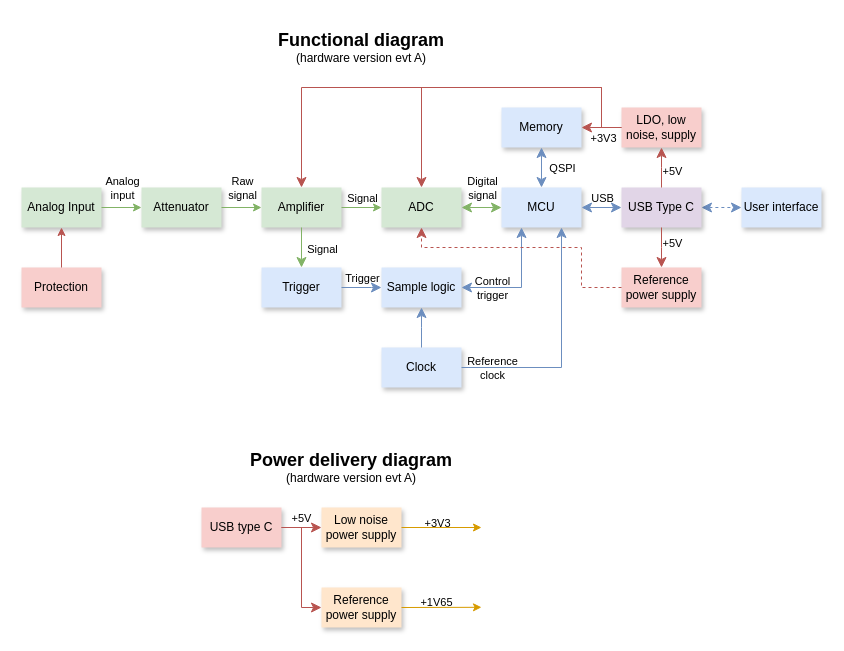
Earlier version of the draw.io diagram Scope_evtA/scope.drawio (IvanChemezov/Oscilloscope). Source tidied: cells renumbered, new cells numbered last; positions are measured from the earlier drawing's top-left corner, leaving out a move shared by most shapes. Both pictures are drawn from the tidied source at 100%, with x=0, y=0 at pixel (21, 17).
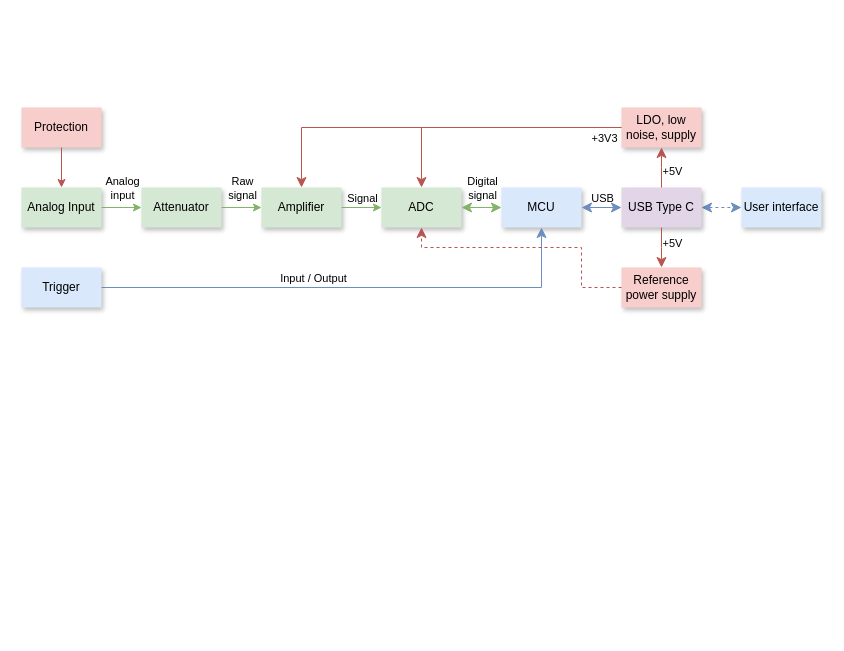
After the change.

The change refers to these unchanged cells:
```xml
<mxCell id="2" value="Amplifier" style="rounded=0;whiteSpace=wrap;html=1;fillColor=#d5e8d4;strokeColor=none;shadow=1;" parent="1" vertex="1">
  <mxGeometry x="240" y="170" width="80" height="40" as="geometry" />
</mxCell>
<mxCell id="3" value="ADC" style="rounded=0;whiteSpace=wrap;html=1;fillColor=#d5e8d4;strokeColor=none;shadow=1;" parent="1" vertex="1">
  <mxGeometry x="360" y="170" width="80" height="40" as="geometry" />
</mxCell>
<mxCell id="5" value="MCU" style="rounded=0;whiteSpace=wrap;html=1;fillColor=#dae8fc;strokeColor=none;shadow=1;" parent="1" vertex="1">
  <mxGeometry x="480" y="170" width="80" height="40" as="geometry" />
</mxCell>
<mxCell id="14" value="Analog Input" style="rounded=0;whiteSpace=wrap;html=1;fillColor=#d5e8d4;strokeColor=none;shadow=1;" parent="1" vertex="1">
  <mxGeometry y="170" width="80" height="40" as="geometry" />
</mxCell>
<mxCell id="48" value="LDO, low noise, supply" style="rounded=0;whiteSpace=wrap;html=1;fillColor=#f8cecc;strokeColor=none;shadow=1;" parent="1" vertex="1">
  <mxGeometry x="600" y="90" width="80" height="40" as="geometry" />
</mxCell>
```

What changed in the source:
```diff
@@
-    <mxCell id="4" value="Memory" style="rounded=0;whiteSpace=wrap;html=1;fillColor=#dae8fc;strokeColor=none;shadow=1;" parent="1" vertex="1">
-      <mxGeometry x="480" y="90" width="80" height="40" as="geometry" />
-    </mxCell>
@@
     <mxCell id="6" value="Trigger" style="rounded=0;whiteSpace=wrap;html=1;fillColor=#dae8fc;strokeColor=none;shadow=1;" parent="1" vertex="1">
-      <mxGeometry x="240" y="250" width="80" height="40" as="geometry" />
+      <mxGeometry y="250" width="80" height="40" as="geometry" />
     </mxCell>
-    <mxCell id="7" value="Clock" style="rounded=0;whiteSpace=wrap;html=1;fillColor=#dae8fc;strokeColor=none;shadow=1;" parent="1" vertex="1">
-      <mxGeometry x="360" y="330" width="80" height="40" as="geometry" />
-    </mxCell>
-    <mxCell id="8" value="Sample logic" style="rounded=0;whiteSpace=wrap;html=1;fillColor=#dae8fc;strokeColor=none;shadow=1;" parent="1" vertex="1">
-      <mxGeometry x="360" y="250" width="80" height="40" as="geometry" />
-    </mxCell>
     <mxCell id="9" value="Protection" style="rounded=0;whiteSpace=wrap;html=1;fillColor=#f8cecc;strokeColor=none;shadow=1;" parent="1" vertex="1">
-      <mxGeometry y="250" width="80" height="40" as="geometry" />
+      <mxGeometry y="90" width="80" height="40" as="geometry" />
     </mxCell>
@@
-    <mxCell id="11" value="&lt;font style=&quot;font-size: 18px;&quot;&gt;&lt;b&gt;Functional diagram&lt;/b&gt;&lt;/font&gt;&lt;br&gt;(hardware version evt A)" style="text;html=1;strokeColor=none;fillColor=none;align=center;verticalAlign=middle;whiteSpace=wrap;rounded=0;" parent="1" vertex="1">
-      <mxGeometry x="230" width="220" height="60" as="geometry" />
-    </mxCell>
@@
-    <mxCell id="13" value="Low noise power supply" style="rounded=0;whiteSpace=wrap;html=1;fillColor=#ffe6cc;strokeColor=none;shadow=1;" parent="1" vertex="1">
-      <mxGeometry x="300" y="490" width="80" height="40" as="geometry" />
-    </mxCell>
@@
-    <mxCell id="19" style="endArrow=classic;html=1;rounded=0;exitX=0.5;exitY=0;exitDx=0;exitDy=0;entryX=0.5;entryY=1;entryDx=0;entryDy=0;fillColor=#f8cecc;strokeColor=#b85450;" parent="1" edge="1" source="9" target="14">
+    <mxCell id="19" style="endArrow=classic;html=1;rounded=0;exitX=0.5;exitY=1;exitDx=0;exitDy=0;entryX=0.5;entryY=0;entryDx=0;entryDy=0;fillColor=#f8cecc;strokeColor=#b85450;" parent="1" edge="1" source="9" target="14">
       <mxGeometry relative="1" as="geometry" />
     </mxCell>
@@
-    <mxCell id="22" style="edgeStyle=segmentEdgeStyle;endArrow=classic;html=1;curved=0;rounded=0;endSize=8;startSize=8;exitX=0.5;exitY=1;exitDx=0;exitDy=0;entryX=0.5;entryY=0;entryDx=0;entryDy=0;fillColor=#d5e8d4;strokeColor=#82b366;" parent="1" edge="1" source="2" target="6">
-      <mxGeometry relative="1" as="geometry" />
-    </mxCell>
-    <mxCell id="23" value="Signal" style="edgeLabel;html=1;align=center;verticalAlign=middle;labelBackgroundColor=none;" parent="22" vertex="1">
-      <mxGeometry x="0.05" y="-1" relative="1" as="geometry">
-        <mxPoint x="21" as="offset" />
-      </mxGeometry>
-    </mxCell>
-    <mxCell id="24" style="edgeStyle=segmentEdgeStyle;endArrow=classic;html=1;curved=0;rounded=0;endSize=8;startSize=8;exitX=1;exitY=0.5;exitDx=0;exitDy=0;entryX=0;entryY=0.5;entryDx=0;entryDy=0;fillColor=#dae8fc;strokeColor=#6c8ebf;" parent="1" edge="1" source="6" target="8">
+    <mxCell id="24" style="edgeStyle=segmentEdgeStyle;endArrow=classic;html=1;curved=0;rounded=0;endSize=8;startSize=8;exitX=1;exitY=0.5;exitDx=0;exitDy=0;entryX=0.5;entryY=1;entryDx=0;entryDy=0;fillColor=#dae8fc;strokeColor=#6c8ebf;" parent="1" edge="1" source="6" target="5">
       <mxGeometry relative="1" as="geometry">
         <Array as="points">
-          <mxPoint x="350" y="270" />
-          <mxPoint x="350" y="270" />
+          <mxPoint x="520" y="270" />
         </Array>
       </mxGeometry>
     </mxCell>
-    <mxCell id="25" value="Trigger" style="edgeLabel;html=1;align=center;verticalAlign=middle;labelBackgroundColor=none;" parent="24" vertex="1">
+    <mxCell id="25" value="Input / Output" style="edgeLabel;html=1;align=center;verticalAlign=middle;labelBackgroundColor=none;" parent="24" vertex="1">
       <mxGeometry x="-0.17" y="1" relative="1" as="geometry">
         <mxPoint x="3" y="-9" as="offset" />
       </mxGeometry>
     </mxCell>
     <mxCell id="26" style="edgeStyle=segmentEdgeStyle;endArrow=classic;html=1;curved=0;rounded=0;endSize=8;startSize=8;exitX=0;exitY=0.5;exitDx=0;exitDy=0;entryX=0.5;entryY=0;entryDx=0;entryDy=0;fillColor=#f8cecc;strokeColor=#b85450;" parent="1" edge="1" source="48" target="3">
       <mxGeometry relative="1" as="geometry">
         <Array as="points">
-          <mxPoint x="580" y="110" />
-          <mxPoint x="580" y="70" />
-          <mxPoint x="400" y="70" />
+          <mxPoint x="400" y="110" />
         </Array>
       </mxGeometry>
     </mxCell>
-    <mxCell id="27" style="edgeStyle=segmentEdgeStyle;endArrow=classic;html=1;curved=0;rounded=0;endSize=8;startSize=8;exitX=0.5;exitY=0;exitDx=0;exitDy=0;entryX=0.5;entryY=1;entryDx=0;entryDy=0;fillColor=#dae8fc;strokeColor=#6c8ebf;" parent="1" edge="1" source="7" target="8">
-      <mxGeometry relative="1" as="geometry">
-        <Array as="points">
-          <mxPoint x="400" y="310" />
-          <mxPoint x="400" y="310" />
-        </Array>
-      </mxGeometry>
-    </mxCell>
-    <mxCell id="28" value="Reference power supply" style="rounded=0;whiteSpace=wrap;html=1;fillColor=#ffe6cc;strokeColor=none;shadow=1;" parent="1" vertex="1">
-      <mxGeometry x="300" y="570" width="80" height="40" as="geometry" />
-    </mxCell>
-    <mxCell id="29" style="edgeStyle=segmentEdgeStyle;endArrow=classic;html=1;curved=0;rounded=0;endSize=8;startSize=8;exitX=1;exitY=0.5;exitDx=0;exitDy=0;entryX=0.25;entryY=1;entryDx=0;entryDy=0;fillColor=#dae8fc;strokeColor=#6c8ebf;startArrow=classic;startFill=1;" parent="1" edge="1" source="8" target="5">
-      <mxGeometry relative="1" as="geometry" />
-    </mxCell>
-    <mxCell id="30" value="Control&lt;br&gt;trigger" style="edgeLabel;html=1;align=center;verticalAlign=middle;labelBackgroundColor=none;" parent="29" vertex="1">
-      <mxGeometry x="-0.55" relative="1" as="geometry">
-        <mxPoint x="3" as="offset" />
-      </mxGeometry>
-    </mxCell>
@@
-    <mxCell id="33" style="edgeStyle=segmentEdgeStyle;endArrow=classic;html=1;curved=0;rounded=0;endSize=8;startSize=8;exitX=0.5;exitY=0;exitDx=0;exitDy=0;entryX=0.5;entryY=1;entryDx=0;entryDy=0;startArrow=classic;startFill=1;fillColor=#dae8fc;strokeColor=#6c8ebf;" parent="1" edge="1" source="5" target="4">
-      <mxGeometry relative="1" as="geometry" />
-    </mxCell>
-    <mxCell id="34" value="QSPI" style="edgeLabel;html=1;align=center;verticalAlign=middle;labelBackgroundColor=none;" parent="33" vertex="1">
-      <mxGeometry x="-0.26" relative="1" as="geometry">
-        <mxPoint x="20" y="-5" as="offset" />
-      </mxGeometry>
-    </mxCell>
-    <mxCell id="35" value="USB type C" style="rounded=0;whiteSpace=wrap;html=1;fillColor=#f8cecc;strokeColor=none;shadow=1;" parent="1" vertex="1">
-      <mxGeometry x="180" y="490" width="80" height="40" as="geometry" />
-    </mxCell>
-    <mxCell id="36" style="edgeStyle=segmentEdgeStyle;endArrow=classic;html=1;curved=0;rounded=0;endSize=8;startSize=8;exitX=1;exitY=0.5;exitDx=0;exitDy=0;entryX=0;entryY=0.5;entryDx=0;entryDy=0;fillColor=#f8cecc;strokeColor=#b85450;" parent="1" edge="1" source="35" target="13">
-      <mxGeometry relative="1" as="geometry" />
-    </mxCell>
-    <mxCell id="37" style="edgeStyle=segmentEdgeStyle;endArrow=classic;html=1;curved=0;rounded=0;endSize=8;startSize=8;exitX=1;exitY=0.5;exitDx=0;exitDy=0;entryX=0;entryY=0.5;entryDx=0;entryDy=0;fillColor=#f8cecc;strokeColor=#b85450;" parent="1" edge="1" source="35" target="28">
-      <mxGeometry relative="1" as="geometry">
-        <Array as="points">
-          <mxPoint x="280" y="510" />
-          <mxPoint x="280" y="590" />
-        </Array>
-      </mxGeometry>
-    </mxCell>
-    <mxCell id="38" value="+5V" style="edgeLabel;html=1;align=center;verticalAlign=middle;labelBackgroundColor=none;" parent="37" vertex="1">
-      <mxGeometry x="-0.88" y="-1" relative="1" as="geometry">
-        <mxPoint x="12" y="-11" as="offset" />
-      </mxGeometry>
-    </mxCell>
-    <mxCell id="39" style="endArrow=classic;html=1;rounded=0;exitX=1;exitY=0.5;exitDx=0;exitDy=0;fillColor=#ffe6cc;strokeColor=#d79b00;" parent="1" edge="1" source="13">
-      <mxGeometry relative="1" as="geometry">
-        <mxPoint x="460" y="510" as="targetPoint" />
-      </mxGeometry>
-    </mxCell>
-    <mxCell id="40" value="+3V3" style="edgeLabel;html=1;align=center;verticalAlign=middle;labelBackgroundColor=none;" parent="39" vertex="1">
-      <mxGeometry x="0.28" relative="1" as="geometry">
-        <mxPoint x="-16" y="-5" as="offset" />
-      </mxGeometry>
-    </mxCell>
-    <mxCell id="41" style="endArrow=classic;html=1;rounded=0;exitX=1;exitY=0.5;exitDx=0;exitDy=0;fillColor=#ffe6cc;strokeColor=#d79b00;" parent="1" edge="1" source="28">
-      <mxGeometry relative="1" as="geometry">
-        <mxPoint x="460" y="589.8" as="targetPoint" />
-      </mxGeometry>
-    </mxCell>
-    <mxCell id="42" value="+1V65" style="edgeLabel;html=1;align=center;verticalAlign=middle;labelBackgroundColor=none;" parent="41" vertex="1">
-      <mxGeometry x="0.28" relative="1" as="geometry">
-        <mxPoint x="-16" y="-5" as="offset" />
-      </mxGeometry>
-    </mxCell>
-    <mxCell id="43" value="&lt;font style=&quot;font-size: 18px;&quot;&gt;&lt;b&gt;Power delivery diagram&lt;/b&gt;&lt;/font&gt;&lt;br&gt;(hardware version evt A)" style="text;html=1;strokeColor=none;fillColor=none;align=center;verticalAlign=middle;whiteSpace=wrap;rounded=0;" parent="1" vertex="1">
-      <mxGeometry x="220" y="420" width="220" height="60" as="geometry" />
-    </mxCell>
@@
-    <mxCell id="47" style="edgeStyle=segmentEdgeStyle;endArrow=classic;html=1;curved=0;rounded=0;endSize=8;startSize=8;exitX=0;exitY=0.5;exitDx=0;exitDy=0;entryX=1;entryY=0.5;entryDx=0;entryDy=0;fillColor=#f8cecc;strokeColor=#b85450;" parent="1" edge="1" source="48" target="4">
-      <mxGeometry relative="1" as="geometry">
-        <Array as="points">
-          <mxPoint x="600" y="110" />
-        </Array>
-      </mxGeometry>
-    </mxCell>
@@
     <mxCell id="49" style="edgeStyle=segmentEdgeStyle;endArrow=classic;html=1;curved=0;rounded=0;endSize=8;startSize=8;exitX=0;exitY=0.5;exitDx=0;exitDy=0;entryX=0.5;entryY=0;entryDx=0;entryDy=0;fillColor=#f8cecc;strokeColor=#b85450;" parent="1" edge="1" source="48" target="2">
       <mxGeometry relative="1" as="geometry">
         <Array as="points">
-          <mxPoint x="580" y="110" />
-          <mxPoint x="580" y="70" />
-          <mxPoint x="280" y="70" />
+          <mxPoint x="280" y="110" />
         </Array>
       </mxGeometry>
     </mxCell>
@@
-    <mxCell id="58" style="edgeStyle=segmentEdgeStyle;endArrow=classic;html=1;curved=0;rounded=0;endSize=8;startSize=8;exitX=1;exitY=0.5;exitDx=0;exitDy=0;entryX=0.75;entryY=1;entryDx=0;entryDy=0;fillColor=#dae8fc;strokeColor=#6c8ebf;" parent="1" edge="1" source="7" target="5">
-      <mxGeometry relative="1" as="geometry" />
-    </mxCell>
-    <mxCell id="59" value="Reference&lt;br&gt;clock" style="edgeLabel;html=1;align=center;verticalAlign=middle;labelBackgroundColor=none;" parent="58" vertex="1">
-      <mxGeometry x="-0.67" y="1" relative="1" as="geometry">
-        <mxPoint x="-10" y="1" as="offset" />
-      </mxGeometry>
-    </mxCell>
```
